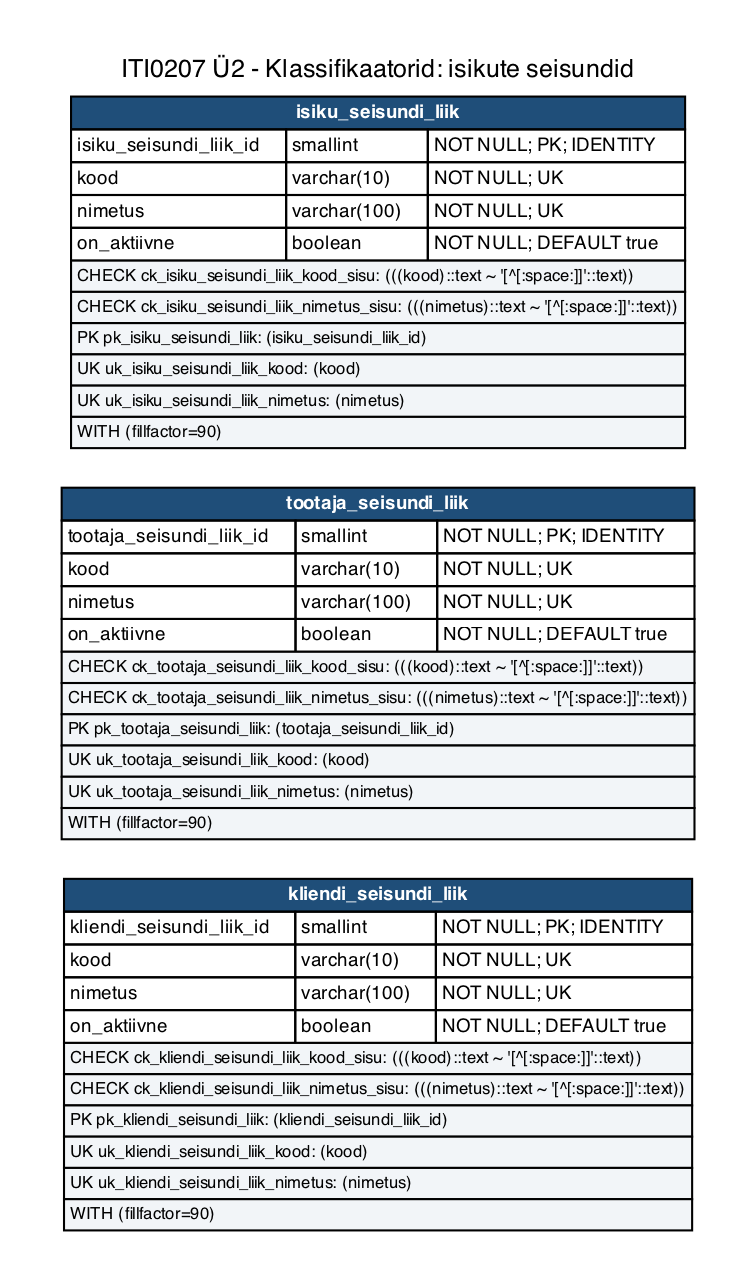
Before: iti0207-epood/docs/diagrams/u2-01a-klassifikaatorid-isikuseisundid.png, a diagram exported from Graphviz (tamkivi/andmebaasid-projekt). Its source is kept beside it as iti0207-epood/docs/diagrams/u2-01a-klassifikaatorid-isikuseisundid.dot.
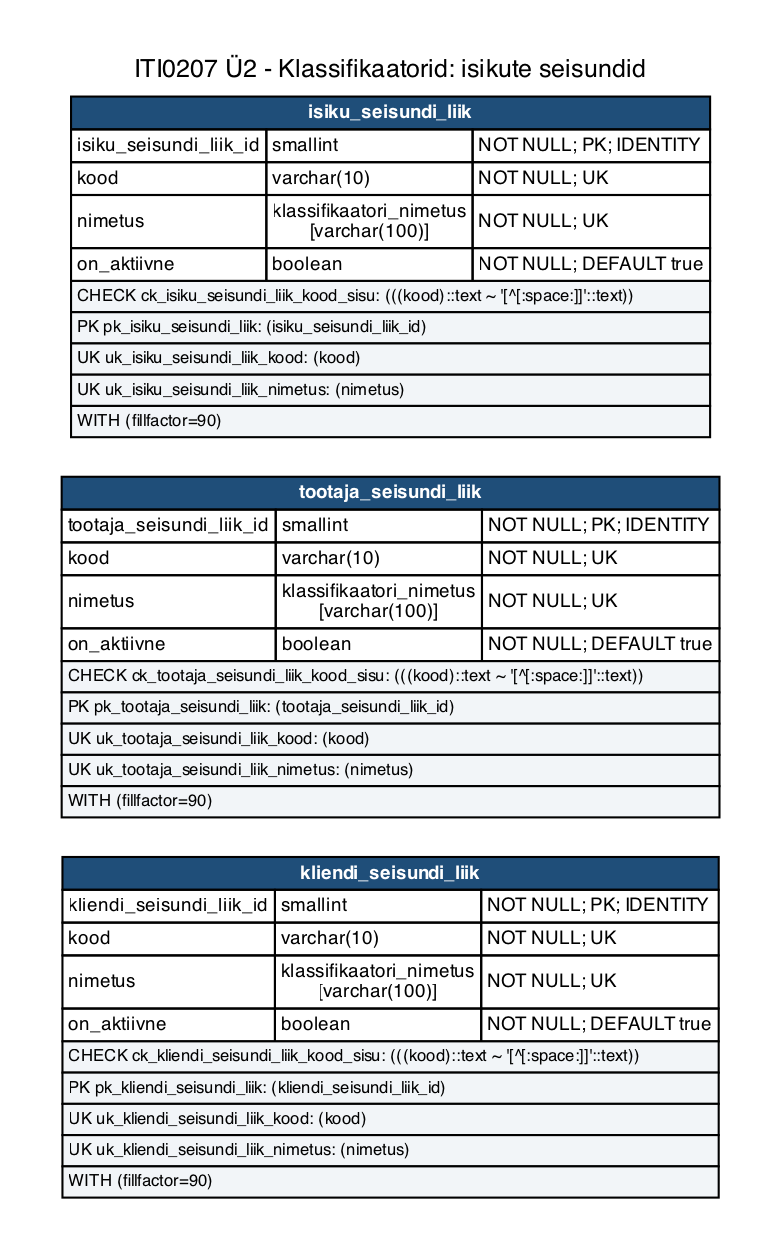
Later version of the same file.

Diff of the diagram source:
```diff
@@ -5,9 +5,9 @@
   edge [color="#667788", dir=none, fontsize=8, fontname=Helvetica];
   labelloc="t";
   label="ITI0207 Ü2 - Klassifikaatorid: isikute seisundid";
-  "isiku_seisundi_liik" [label=<<TABLE BORDER="0" CELLBORDER="1" CELLSPACING="0" CELLPADDING="2"><TR><TD COLSPAN="3" BGCOLOR="#1f4e79"><FONT COLOR="white"><B>isiku_seisundi_liik</B></FONT></TD></TR><TR><TD ALIGN="LEFT">isiku_seisundi_liik_id</TD><TD ALIGN="LEFT">smallint</TD><TD ALIGN="LEFT">NOT NULL; PK; IDENTITY</TD></TR><TR><TD ALIGN="LEFT">kood</TD><TD ALIGN="LEFT">varchar(10)</TD><TD ALIGN="LEFT">NOT NULL; UK</TD></TR><TR><TD ALIGN="LEFT">nimetus</TD><TD ALIGN="LEFT">varchar(100)</TD><TD ALIGN="LEFT">NOT NULL; UK</TD></TR><TR><TD ALIGN="LEFT">on_aktiivne</TD><TD ALIGN="LEFT">boolean</TD><TD ALIGN="LEFT">NOT NULL; DEFAULT true</TD></TR><TR><TD COLSPAN="3" ALIGN="LEFT" BGCOLOR="#f2f5f8"><FONT POINT-SIZE="8">CHECK ck_isiku_seisundi_liik_kood_sisu: (((kood)::text ~ &#x27;[^[:space:]]&#x27;::text))</FONT></TD></TR><TR><TD COLSPAN="3" ALIGN="LEFT" BGCOLOR="#f2f5f8"><FONT POINT-SIZE="8">CHECK ck_isiku_seisundi_liik_nimetus_sisu: (((nimetus)::text ~ &#x27;[^[:space:]]&#x27;::text))</FONT></TD></TR><TR><TD COLSPAN="3" ALIGN="LEFT" BGCOLOR="#f2f5f8"><FONT POINT-SIZE="8">PK pk_isiku_seisundi_liik: (isiku_seisundi_liik_id)</FONT></TD></TR><TR><TD COLSPAN="3" ALIGN="LEFT" BGCOLOR="#f2f5f8"><FONT POINT-SIZE="8">UK uk_isiku_seisundi_liik_kood: (kood)</FONT></TD></TR><TR><TD COLSPAN="3" ALIGN="LEFT" BGCOLOR="#f2f5f8"><FONT POINT-SIZE="8">UK uk_isiku_seisundi_liik_nimetus: (nimetus)</FONT></TD></TR><TR><TD COLSPAN="3" ALIGN="LEFT" BGCOLOR="#f2f5f8"><FONT POINT-SIZE="8">WITH (fillfactor=90)</FONT></TD></TR></TABLE>>];
-  "tootaja_seisundi_liik" [label=<<TABLE BORDER="0" CELLBORDER="1" CELLSPACING="0" CELLPADDING="2"><TR><TD COLSPAN="3" BGCOLOR="#1f4e79"><FONT COLOR="white"><B>tootaja_seisundi_liik</B></FONT></TD></TR><TR><TD ALIGN="LEFT">tootaja_seisundi_liik_id</TD><TD ALIGN="LEFT">smallint</TD><TD ALIGN="LEFT">NOT NULL; PK; IDENTITY</TD></TR><TR><TD ALIGN="LEFT">kood</TD><TD ALIGN="LEFT">varchar(10)</TD><TD ALIGN="LEFT">NOT NULL; UK</TD></TR><TR><TD ALIGN="LEFT">nimetus</TD><TD ALIGN="LEFT">varchar(100)</TD><TD ALIGN="LEFT">NOT NULL; UK</TD></TR><TR><TD ALIGN="LEFT">on_aktiivne</TD><TD ALIGN="LEFT">boolean</TD><TD ALIGN="LEFT">NOT NULL; DEFAULT true</TD></TR><TR><TD COLSPAN="3" ALIGN="LEFT" BGCOLOR="#f2f5f8"><FONT POINT-SIZE="8">CHECK ck_tootaja_seisundi_liik_kood_sisu: (((kood)::text ~ &#x27;[^[:space:]]&#x27;::text))</FONT></TD></TR><TR><TD COLSPAN="3" ALIGN="LEFT" BGCOLOR="#f2f5f8"><FONT POINT-SIZE="8">CHECK ck_tootaja_seisundi_liik_nimetus_sisu: (((nimetus)::text ~ &#x27;[^[:space:]]&#x27;::text))</FONT></TD></TR><TR><TD COLSPAN="3" ALIGN="LEFT" BGCOLOR="#f2f5f8"><FONT POINT-SIZE="8">PK pk_tootaja_seisundi_liik: (tootaja_seisundi_liik_id)</FONT></TD></TR><TR><TD COLSPAN="3" ALIGN="LEFT" BGCOLOR="#f2f5f8"><FONT POINT-SIZE="8">UK uk_tootaja_seisundi_liik_kood: (kood)</FONT></TD></TR><TR><TD COLSPAN="3" ALIGN="LEFT" BGCOLOR="#f2f5f8"><FONT POINT-SIZE="8">UK uk_tootaja_seisundi_liik_nimetus: (nimetus)</FONT></TD></TR><TR><TD COLSPAN="3" ALIGN="LEFT" BGCOLOR="#f2f5f8"><FONT POINT-SIZE="8">WITH (fillfactor=90)</FONT></TD></TR></TABLE>>];
-  "kliendi_seisundi_liik" [label=<<TABLE BORDER="0" CELLBORDER="1" CELLSPACING="0" CELLPADDING="2"><TR><TD COLSPAN="3" BGCOLOR="#1f4e79"><FONT COLOR="white"><B>kliendi_seisundi_liik</B></FONT></TD></TR><TR><TD ALIGN="LEFT">kliendi_seisundi_liik_id</TD><TD ALIGN="LEFT">smallint</TD><TD ALIGN="LEFT">NOT NULL; PK; IDENTITY</TD></TR><TR><TD ALIGN="LEFT">kood</TD><TD ALIGN="LEFT">varchar(10)</TD><TD ALIGN="LEFT">NOT NULL; UK</TD></TR><TR><TD ALIGN="LEFT">nimetus</TD><TD ALIGN="LEFT">varchar(100)</TD><TD ALIGN="LEFT">NOT NULL; UK</TD></TR><TR><TD ALIGN="LEFT">on_aktiivne</TD><TD ALIGN="LEFT">boolean</TD><TD ALIGN="LEFT">NOT NULL; DEFAULT true</TD></TR><TR><TD COLSPAN="3" ALIGN="LEFT" BGCOLOR="#f2f5f8"><FONT POINT-SIZE="8">CHECK ck_kliendi_seisundi_liik_kood_sisu: (((kood)::text ~ &#x27;[^[:space:]]&#x27;::text))</FONT></TD></TR><TR><TD COLSPAN="3" ALIGN="LEFT" BGCOLOR="#f2f5f8"><FONT POINT-SIZE="8">CHECK ck_kliendi_seisundi_liik_nimetus_sisu: (((nimetus)::text ~ &#x27;[^[:space:]]&#x27;::text))</FONT></TD></TR><TR><TD COLSPAN="3" ALIGN="LEFT" BGCOLOR="#f2f5f8"><FONT POINT-SIZE="8">PK pk_kliendi_seisundi_liik: (kliendi_seisundi_liik_id)</FONT></TD></TR><TR><TD COLSPAN="3" ALIGN="LEFT" BGCOLOR="#f2f5f8"><FONT POINT-SIZE="8">UK uk_kliendi_seisundi_liik_kood: (kood)</FONT></TD></TR><TR><TD COLSPAN="3" ALIGN="LEFT" BGCOLOR="#f2f5f8"><FONT POINT-SIZE="8">UK uk_kliendi_seisundi_liik_nimetus: (nimetus)</FONT></TD></TR><TR><TD COLSPAN="3" ALIGN="LEFT" BGCOLOR="#f2f5f8"><FONT POINT-SIZE="8">WITH (fillfactor=90)</FONT></TD></TR></TABLE>>];
+  "isiku_seisundi_liik" [label=<<TABLE BORDER="0" CELLBORDER="1" CELLSPACING="0" CELLPADDING="2"><TR><TD COLSPAN="3" BGCOLOR="#1f4e79"><FONT COLOR="white"><B>isiku_seisundi_liik</B></FONT></TD></TR><TR><TD ALIGN="LEFT">isiku_seisundi_liik_id</TD><TD ALIGN="LEFT">smallint</TD><TD ALIGN="LEFT">NOT NULL; PK; IDENTITY</TD></TR><TR><TD ALIGN="LEFT">kood</TD><TD ALIGN="LEFT">varchar(10)</TD><TD ALIGN="LEFT">NOT NULL; UK</TD></TR><TR><TD ALIGN="LEFT">nimetus</TD><TD ALIGN="LEFT">klassifikaatori_nimetus<BR/>[varchar(100)]</TD><TD ALIGN="LEFT">NOT NULL; UK</TD></TR><TR><TD ALIGN="LEFT">on_aktiivne</TD><TD ALIGN="LEFT">boolean</TD><TD ALIGN="LEFT">NOT NULL; DEFAULT true</TD></TR><TR><TD COLSPAN="3" ALIGN="LEFT" BGCOLOR="#f2f5f8"><FONT POINT-SIZE="8">CHECK ck_isiku_seisundi_liik_kood_sisu: (((kood)::text ~ &#x27;[^[:space:]]&#x27;::text))</FONT></TD></TR><TR><TD COLSPAN="3" ALIGN="LEFT" BGCOLOR="#f2f5f8"><FONT POINT-SIZE="8">PK pk_isiku_seisundi_liik: (isiku_seisundi_liik_id)</FONT></TD></TR><TR><TD COLSPAN="3" ALIGN="LEFT" BGCOLOR="#f2f5f8"><FONT POINT-SIZE="8">UK uk_isiku_seisundi_liik_kood: (kood)</FONT></TD></TR><TR><TD COLSPAN="3" ALIGN="LEFT" BGCOLOR="#f2f5f8"><FONT POINT-SIZE="8">UK uk_isiku_seisundi_liik_nimetus: (nimetus)</FONT></TD></TR><TR><TD COLSPAN="3" ALIGN="LEFT" BGCOLOR="#f2f5f8"><FONT POINT-SIZE="8">WITH (fillfactor=90)</FONT></TD></TR></TABLE>>];
+  "tootaja_seisundi_liik" [label=<<TABLE BORDER="0" CELLBORDER="1" CELLSPACING="0" CELLPADDING="2"><TR><TD COLSPAN="3" BGCOLOR="#1f4e79"><FONT COLOR="white"><B>tootaja_seisundi_liik</B></FONT></TD></TR><TR><TD ALIGN="LEFT">tootaja_seisundi_liik_id</TD><TD ALIGN="LEFT">smallint</TD><TD ALIGN="LEFT">NOT NULL; PK; IDENTITY</TD></TR><TR><TD ALIGN="LEFT">kood</TD><TD ALIGN="LEFT">varchar(10)</TD><TD ALIGN="LEFT">NOT NULL; UK</TD></TR><TR><TD ALIGN="LEFT">nimetus</TD><TD ALIGN="LEFT">klassifikaatori_nimetus<BR/>[varchar(100)]</TD><TD ALIGN="LEFT">NOT NULL; UK</TD></TR><TR><TD ALIGN="LEFT">on_aktiivne</TD><TD ALIGN="LEFT">boolean</TD><TD ALIGN="LEFT">NOT NULL; DEFAULT true</TD></TR><TR><TD COLSPAN="3" ALIGN="LEFT" BGCOLOR="#f2f5f8"><FONT POINT-SIZE="8">CHECK ck_tootaja_seisundi_liik_kood_sisu: (((kood)::text ~ &#x27;[^[:space:]]&#x27;::text))</FONT></TD></TR><TR><TD COLSPAN="3" ALIGN="LEFT" BGCOLOR="#f2f5f8"><FONT POINT-SIZE="8">PK pk_tootaja_seisundi_liik: (tootaja_seisundi_liik_id)</FONT></TD></TR><TR><TD COLSPAN="3" ALIGN="LEFT" BGCOLOR="#f2f5f8"><FONT POINT-SIZE="8">UK uk_tootaja_seisundi_liik_kood: (kood)</FONT></TD></TR><TR><TD COLSPAN="3" ALIGN="LEFT" BGCOLOR="#f2f5f8"><FONT POINT-SIZE="8">UK uk_tootaja_seisundi_liik_nimetus: (nimetus)</FONT></TD></TR><TR><TD COLSPAN="3" ALIGN="LEFT" BGCOLOR="#f2f5f8"><FONT POINT-SIZE="8">WITH (fillfactor=90)</FONT></TD></TR></TABLE>>];
+  "kliendi_seisundi_liik" [label=<<TABLE BORDER="0" CELLBORDER="1" CELLSPACING="0" CELLPADDING="2"><TR><TD COLSPAN="3" BGCOLOR="#1f4e79"><FONT COLOR="white"><B>kliendi_seisundi_liik</B></FONT></TD></TR><TR><TD ALIGN="LEFT">kliendi_seisundi_liik_id</TD><TD ALIGN="LEFT">smallint</TD><TD ALIGN="LEFT">NOT NULL; PK; IDENTITY</TD></TR><TR><TD ALIGN="LEFT">kood</TD><TD ALIGN="LEFT">varchar(10)</TD><TD ALIGN="LEFT">NOT NULL; UK</TD></TR><TR><TD ALIGN="LEFT">nimetus</TD><TD ALIGN="LEFT">klassifikaatori_nimetus<BR/>[varchar(100)]</TD><TD ALIGN="LEFT">NOT NULL; UK</TD></TR><TR><TD ALIGN="LEFT">on_aktiivne</TD><TD ALIGN="LEFT">boolean</TD><TD ALIGN="LEFT">NOT NULL; DEFAULT true</TD></TR><TR><TD COLSPAN="3" ALIGN="LEFT" BGCOLOR="#f2f5f8"><FONT POINT-SIZE="8">CHECK ck_kliendi_seisundi_liik_kood_sisu: (((kood)::text ~ &#x27;[^[:space:]]&#x27;::text))</FONT></TD></TR><TR><TD COLSPAN="3" ALIGN="LEFT" BGCOLOR="#f2f5f8"><FONT POINT-SIZE="8">PK pk_kliendi_seisundi_liik: (kliendi_seisundi_liik_id)</FONT></TD></TR><TR><TD COLSPAN="3" ALIGN="LEFT" BGCOLOR="#f2f5f8"><FONT POINT-SIZE="8">UK uk_kliendi_seisundi_liik_kood: (kood)</FONT></TD></TR><TR><TD COLSPAN="3" ALIGN="LEFT" BGCOLOR="#f2f5f8"><FONT POINT-SIZE="8">UK uk_kliendi_seisundi_liik_nimetus: (nimetus)</FONT></TD></TR><TR><TD COLSPAN="3" ALIGN="LEFT" BGCOLOR="#f2f5f8"><FONT POINT-SIZE="8">WITH (fillfactor=90)</FONT></TD></TR></TABLE>>];
   "isiku_seisundi_liik" -> "tootaja_seisundi_liik" [style=invis, weight=100];
   "tootaja_seisundi_liik" -> "kliendi_seisundi_liik" [style=invis, weight=100];
 }
```
